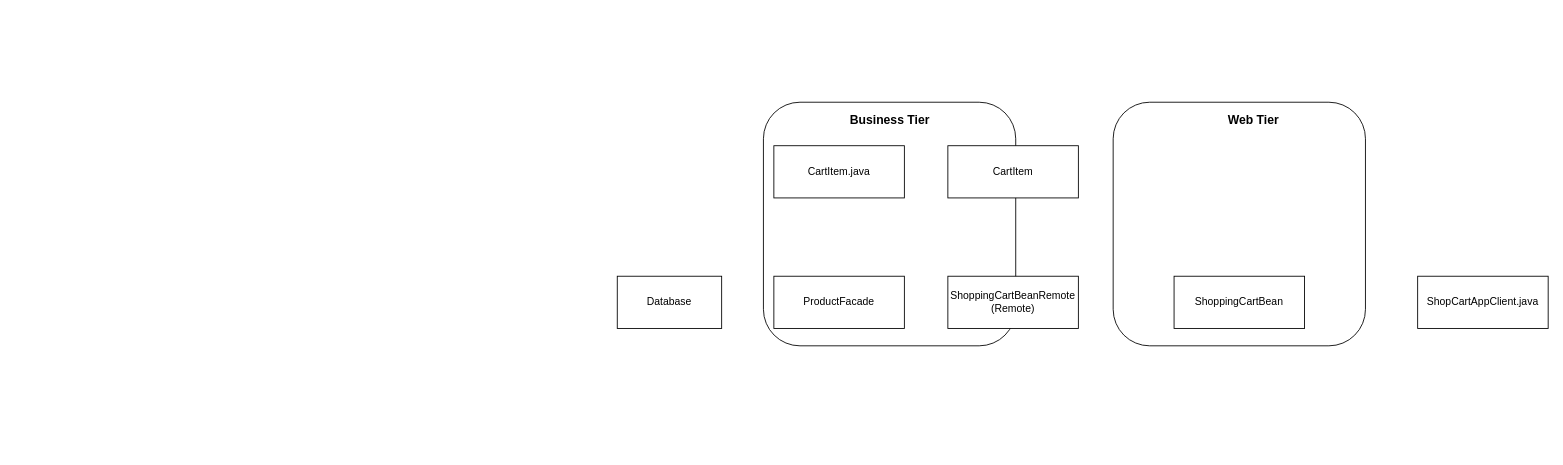
LastMinuteBanter/DistinctionTaskUML keeps this draw.io diagram as SnSLab6.drawio. Above is the earlier version. Source tidied: cells renumbered, new cells numbered last; positions are measured from the earlier drawing's top-left corner, leaving out a move shared by most shapes. Both pictures are drawn from the tidied source at 87%, with x=0, y=0 at pixel (617, 102).
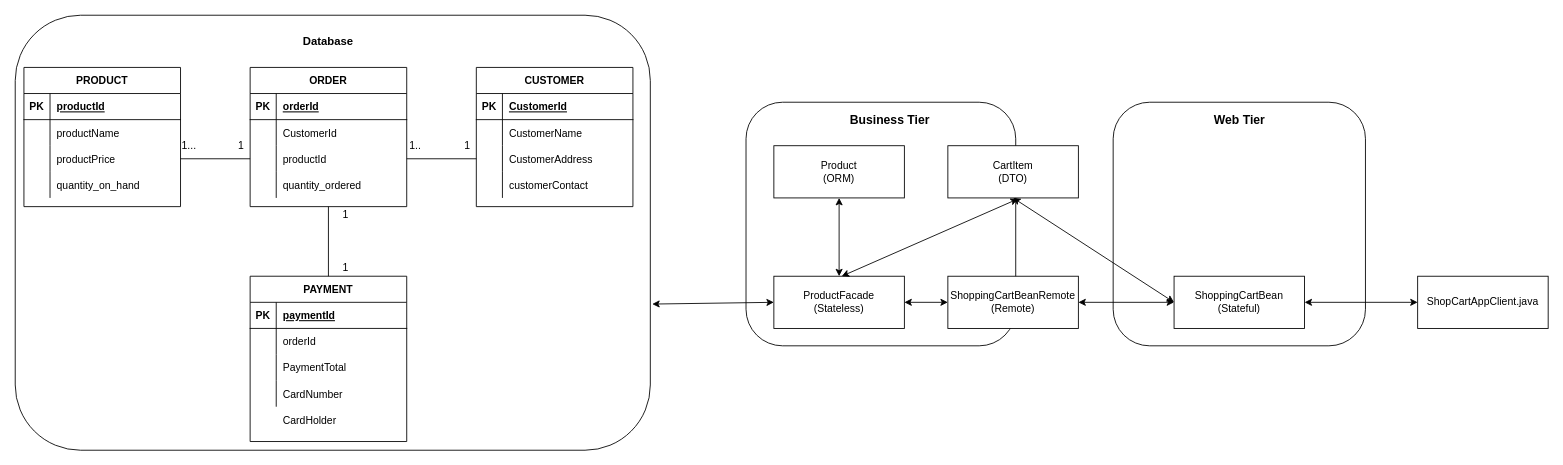
The same page after the edit.

The change refers to these unchanged cells:
```xml
<mxCell id="7" value="ShopCartAppClient.java" style="rounded=0;whiteSpace=wrap;html=1;" parent="1" vertex="1">
  <mxGeometry x="920" y="200" width="150" height="60" as="geometry" />
</mxCell>
<mxCell id="11" value="&lt;div&gt;ShoppingCartBeanRemote&lt;/div&gt;&lt;div&gt;(Remote)&lt;br&gt;&lt;/div&gt;" style="rounded=0;whiteSpace=wrap;html=1;" parent="1" vertex="1">
  <mxGeometry x="380" y="200" width="150" height="60" as="geometry" />
</mxCell>
```

Diff of the diagram source:
```diff
@@
     <mxCell id="2" style="rounded=1;whiteSpace=wrap;html=1;" parent="1" vertex="1">
-      <mxGeometry x="168" width="290" height="280" as="geometry" />
+      <mxGeometry x="148" width="310" height="280" as="geometry" />
     </mxCell>
@@
     <mxCell id="5" value="&lt;font style=&quot;font-size: 14px&quot;&gt;&lt;b&gt;Web Tier&lt;/b&gt;&lt;/font&gt;" style="text;html=1;strokeColor=none;fillColor=none;align=center;verticalAlign=middle;whiteSpace=wrap;rounded=0;" parent="1" vertex="1">
-      <mxGeometry x="680" y="10" width="102.5" height="20" as="geometry" />
+      <mxGeometry x="663.8" y="10" width="102.5" height="20" as="geometry" />
     </mxCell>
-    <mxCell id="6" value="Database" style="rounded=0;whiteSpace=wrap;html=1;" parent="1" vertex="1">
-      <mxGeometry y="200" width="120" height="60" as="geometry" />
-    </mxCell>
@@
-    <mxCell id="8" value="ShoppingCartBean" style="rounded=0;whiteSpace=wrap;html=1;" parent="1" vertex="1">
+    <mxCell id="8" value="&lt;div&gt;ShoppingCartBean&lt;/div&gt;&lt;div&gt;(Stateful)&lt;br&gt;&lt;/div&gt;" style="rounded=0;whiteSpace=wrap;html=1;" parent="1" vertex="1">
       <mxGeometry x="640" y="200" width="150" height="60" as="geometry" />
     </mxCell>
-    <mxCell id="9" value="CartItem" style="rounded=0;whiteSpace=wrap;html=1;" parent="1" vertex="1">
+    <mxCell id="9" value="&lt;div&gt;CartItem&lt;/div&gt;&lt;div&gt;(DTO)&lt;br&gt;&lt;/div&gt;" style="rounded=0;whiteSpace=wrap;html=1;" parent="1" vertex="1">
       <mxGeometry x="380" y="50" width="150" height="60" as="geometry" />
     </mxCell>
-    <mxCell id="10" value="ProductFacade" style="rounded=0;whiteSpace=wrap;html=1;" parent="1" vertex="1">
+    <mxCell id="10" value="&lt;div&gt;ProductFacade&lt;/div&gt;&lt;div&gt;(Stateless)&lt;br&gt;&lt;/div&gt;" style="rounded=0;whiteSpace=wrap;html=1;" parent="1" vertex="1">
       <mxGeometry x="180" y="200" width="150" height="60" as="geometry" />
     </mxCell>
@@
-    <mxCell id="12" value="CartItem.java" style="rounded=0;whiteSpace=wrap;html=1;" parent="1" vertex="1">
+    <mxCell id="12" value="&lt;div&gt;Product &lt;br&gt;&lt;/div&gt;&lt;div&gt;(ORM)&lt;br&gt;&lt;/div&gt;" style="rounded=0;whiteSpace=wrap;html=1;" parent="1" vertex="1">
       <mxGeometry x="180" y="50" width="150" height="60" as="geometry" />
     </mxCell>
+    <mxCell id="13" style="rounded=1;whiteSpace=wrap;html=1;" parent="1" vertex="1">
+      <mxGeometry x="-692" y="-100" width="730" height="500" as="geometry" />
+    </mxCell>
+    <mxCell id="14" style="shape=partialRectangle;fillColor=none;top=0;left=0;bottom=0;right=0;" parent="1" vertex="1">
+      <mxGeometry x="-422" y="350" width="180" height="30" as="geometry" />
+    </mxCell>
+    <mxCell id="15" style="shape=partialRectangle;fillColor=none;top=0;left=0;bottom=0;right=0;overflow=hidden;" parent="14" vertex="1">
+      <mxGeometry width="30" height="30" as="geometry" />
+    </mxCell>
+    <mxCell id="16" value="CardHolder" style="shape=partialRectangle;fillColor=none;top=0;left=0;bottom=0;right=0;align=left;spacingLeft=6;overflow=hidden;" parent="14" vertex="1">
+      <mxGeometry x="30" width="150" height="30" as="geometry" />
+    </mxCell>
+    <mxCell id="17" value="PAYMENT" style="shape=table;startSize=30;childLayout=tableLayout;rowLines=0;fontStyle=1;align=center;" parent="1" vertex="1">
+      <mxGeometry x="-422" y="200" width="180" height="190" as="geometry" />
+    </mxCell>
+    <mxCell id="18" style="shape=partialRectangle;fillColor=none;top=0;left=0;bottom=1;right=0;" parent="17" vertex="1">
+      <mxGeometry y="30" width="180" height="30" as="geometry" />
+    </mxCell>
+    <mxCell id="19" value="PK" style="shape=partialRectangle;fillColor=none;top=0;left=0;bottom=0;right=0;fontStyle=1;overflow=hidden;" parent="18" vertex="1">
+      <mxGeometry width="30" height="30" as="geometry" />
+    </mxCell>
+    <mxCell id="20" value="paymentId" style="shape=partialRectangle;fillColor=none;top=0;left=0;bottom=0;right=0;align=left;spacingLeft=6;fontStyle=5;overflow=hidden;" parent="18" vertex="1">
+      <mxGeometry x="30" width="150" height="30" as="geometry" />
+    </mxCell>
+    <mxCell id="21" style="shape=partialRectangle;fillColor=none;top=0;left=0;bottom=0;right=0;" parent="17" vertex="1">
+      <mxGeometry y="60" width="180" height="30" as="geometry" />
+    </mxCell>
+    <mxCell id="22" style="shape=partialRectangle;fillColor=none;top=0;left=0;bottom=0;right=0;overflow=hidden;" parent="21" vertex="1">
+      <mxGeometry width="30" height="30" as="geometry" />
+    </mxCell>
+    <mxCell id="23" value="orderId" style="shape=partialRectangle;fillColor=none;top=0;left=0;bottom=0;right=0;align=left;spacingLeft=6;overflow=hidden;" parent="21" vertex="1">
+      <mxGeometry x="30" width="150" height="30" as="geometry" />
+    </mxCell>
+    <mxCell id="24" style="shape=partialRectangle;fillColor=none;top=0;left=0;bottom=0;right=0;" parent="17" vertex="1">
+      <mxGeometry y="90" width="180" height="30" as="geometry" />
+    </mxCell>
+    <mxCell id="25" style="shape=partialRectangle;fillColor=none;top=0;left=0;bottom=0;right=0;overflow=hidden;" parent="24" vertex="1">
+      <mxGeometry width="30" height="30" as="geometry" />
+    </mxCell>
+    <mxCell id="26" value="PaymentTotal" style="shape=partialRectangle;fillColor=none;top=0;left=0;bottom=0;right=0;align=left;spacingLeft=6;overflow=hidden;" parent="24" vertex="1">
+      <mxGeometry x="30" width="150" height="30" as="geometry" />
+    </mxCell>
+    <mxCell id="27" style="shape=partialRectangle;fillColor=none;top=0;left=0;bottom=0;right=0;" parent="17" vertex="1">
+      <mxGeometry y="120" width="180" height="30" as="geometry" />
+    </mxCell>
+    <mxCell id="28" style="shape=partialRectangle;fillColor=none;top=0;left=0;bottom=0;right=0;overflow=hidden;" parent="27" vertex="1">
+      <mxGeometry width="30" height="30" as="geometry" />
+    </mxCell>
+    <mxCell id="29" value="CardNumber" style="shape=partialRectangle;fillColor=none;top=0;left=0;bottom=0;right=0;align=left;spacingLeft=6;overflow=hidden;" parent="27" vertex="1">
+      <mxGeometry x="30" width="150" height="30" as="geometry" />
+    </mxCell>
+    <mxCell id="30" value="ORDER" style="shape=table;startSize=30;childLayout=tableLayout;rowLines=0;fontStyle=1;align=center;" parent="1" vertex="1">
+      <mxGeometry x="-422" y="-40" width="180" height="160" as="geometry" />
+    </mxCell>
+    <mxCell id="31" style="shape=partialRectangle;fillColor=none;top=0;left=0;bottom=1;right=0;" parent="30" vertex="1">
+      <mxGeometry y="30" width="180" height="30" as="geometry" />
+    </mxCell>
+    <mxCell id="32" value="PK" style="shape=partialRectangle;fillColor=none;top=0;left=0;bottom=0;right=0;fontStyle=1;overflow=hidden;" parent="31" vertex="1">
+      <mxGeometry width="30" height="30" as="geometry" />
+    </mxCell>
+    <mxCell id="33" value="orderId" style="shape=partialRectangle;fillColor=none;top=0;left=0;bottom=0;right=0;align=left;spacingLeft=6;fontStyle=5;overflow=hidden;" parent="31" vertex="1">
+      <mxGeometry x="30" width="150" height="30" as="geometry" />
+    </mxCell>
+    <mxCell id="34" style="shape=partialRectangle;fillColor=none;top=0;left=0;bottom=0;right=0;" parent="30" vertex="1">
+      <mxGeometry y="60" width="180" height="30" as="geometry" />
+    </mxCell>
+    <mxCell id="35" style="shape=partialRectangle;fillColor=none;top=0;left=0;bottom=0;right=0;overflow=hidden;" parent="34" vertex="1">
+      <mxGeometry width="30" height="30" as="geometry" />
+    </mxCell>
+    <mxCell id="36" value="CustomerId" style="shape=partialRectangle;fillColor=none;top=0;left=0;bottom=0;right=0;align=left;spacingLeft=6;overflow=hidden;" parent="34" vertex="1">
+      <mxGeometry x="30" width="150" height="30" as="geometry" />
+    </mxCell>
+    <mxCell id="37" style="shape=partialRectangle;fillColor=none;top=0;left=0;bottom=0;right=0;points=[[0,0.5],[1,0.5]];portConstraint=eastwest;" parent="30" vertex="1">
+      <mxGeometry y="90" width="180" height="30" as="geometry" />
+    </mxCell>
+    <mxCell id="38" style="shape=partialRectangle;fillColor=none;top=0;left=0;bottom=0;right=0;overflow=hidden;" parent="37" vertex="1">
+      <mxGeometry width="30" height="30" as="geometry" />
+    </mxCell>
+    <mxCell id="39" value="productId" style="shape=partialRectangle;fillColor=none;top=0;left=0;bottom=0;right=0;align=left;spacingLeft=6;overflow=hidden;" parent="37" vertex="1">
+      <mxGeometry x="30" width="150" height="30" as="geometry" />
+    </mxCell>
+    <mxCell id="40" style="shape=partialRectangle;fillColor=none;top=0;left=0;bottom=0;right=0;" parent="30" vertex="1">
+      <mxGeometry y="120" width="180" height="30" as="geometry" />
+    </mxCell>
+    <mxCell id="41" style="shape=partialRectangle;fillColor=none;top=0;left=0;bottom=0;right=0;overflow=hidden;" parent="40" vertex="1">
+      <mxGeometry width="30" height="30" as="geometry" />
+    </mxCell>
+    <mxCell id="42" value="quantity_ordered" style="shape=partialRectangle;fillColor=none;top=0;left=0;bottom=0;right=0;align=left;spacingLeft=6;overflow=hidden;" parent="40" vertex="1">
+      <mxGeometry x="30" width="150" height="30" as="geometry" />
+    </mxCell>
+    <mxCell id="43" style="endArrow=none;html=1;entryX=0;entryY=0.5;entryDx=0;entryDy=0;exitX=1;exitY=0.5;exitDx=0;exitDy=0;" parent="1" edge="1" source="54" target="37">
+      <mxGeometry relative="1" as="geometry" />
+    </mxCell>
+    <mxCell id="44" style="endArrow=none;html=1;entryX=0.5;entryY=1;entryDx=0;entryDy=0;" parent="1" edge="1" target="30">
+      <mxGeometry relative="1" as="geometry">
+        <mxPoint x="-332" y="200" as="sourcePoint" />
+      </mxGeometry>
+    </mxCell>
+    <mxCell id="45" style="endArrow=none;html=1;entryX=0;entryY=0.5;entryDx=0;entryDy=0;exitX=1;exitY=0.5;exitDx=0;exitDy=0;" parent="1" edge="1" source="37" target="70">
+      <mxGeometry relative="1" as="geometry" />
+    </mxCell>
+    <mxCell id="46" value="1..." style="text;html=1;strokeColor=none;fillColor=none;align=center;verticalAlign=middle;whiteSpace=wrap;rounded=0;" parent="1" vertex="1">
+      <mxGeometry x="-512" y="40" width="40" height="20" as="geometry" />
+    </mxCell>
+    <mxCell id="47" value="PRODUCT" style="shape=table;startSize=30;childLayout=tableLayout;rowLines=0;fontStyle=1;align=center;" parent="1" vertex="1">
+      <mxGeometry x="-682" y="-40" width="180" height="160" as="geometry" />
+    </mxCell>
+    <mxCell id="48" style="shape=partialRectangle;fillColor=none;top=0;left=0;bottom=1;right=0;" parent="47" vertex="1">
+      <mxGeometry y="30" width="180" height="30" as="geometry" />
+    </mxCell>
+    <mxCell id="49" value="PK" style="shape=partialRectangle;fillColor=none;top=0;left=0;bottom=0;right=0;fontStyle=1;overflow=hidden;" parent="48" vertex="1">
+      <mxGeometry width="30" height="30" as="geometry" />
+    </mxCell>
+    <mxCell id="50" value="productId" style="shape=partialRectangle;fillColor=none;top=0;left=0;bottom=0;right=0;align=left;spacingLeft=6;fontStyle=5;overflow=hidden;" parent="48" vertex="1">
+      <mxGeometry x="30" width="150" height="30" as="geometry" />
+    </mxCell>
+    <mxCell id="51" style="shape=partialRectangle;fillColor=none;top=0;left=0;bottom=0;right=0;" parent="47" vertex="1">
+      <mxGeometry y="60" width="180" height="30" as="geometry" />
+    </mxCell>
+    <mxCell id="52" style="shape=partialRectangle;fillColor=none;top=0;left=0;bottom=0;right=0;overflow=hidden;" parent="51" vertex="1">
+      <mxGeometry width="30" height="30" as="geometry" />
+    </mxCell>
+    <mxCell id="53" value="productName" style="shape=partialRectangle;fillColor=none;top=0;left=0;bottom=0;right=0;align=left;spacingLeft=6;overflow=hidden;" parent="51" vertex="1">
+      <mxGeometry x="30" width="150" height="30" as="geometry" />
+    </mxCell>
+    <mxCell id="54" style="shape=partialRectangle;fillColor=none;top=0;left=0;bottom=0;right=0;points=[[0,0.5],[1,0.5]];portConstraint=eastwest;" parent="47" vertex="1">
+      <mxGeometry y="90" width="180" height="30" as="geometry" />
+    </mxCell>
+    <mxCell id="55" style="shape=partialRectangle;fillColor=none;top=0;left=0;bottom=0;right=0;overflow=hidden;" parent="54" vertex="1">
+      <mxGeometry width="30" height="30" as="geometry" />
+    </mxCell>
+    <mxCell id="56" value="productPrice" style="shape=partialRectangle;fillColor=none;top=0;left=0;bottom=0;right=0;align=left;spacingLeft=6;overflow=hidden;" parent="54" vertex="1">
+      <mxGeometry x="30" width="150" height="30" as="geometry" />
+    </mxCell>
+    <mxCell id="57" style="shape=partialRectangle;fillColor=none;top=0;left=0;bottom=0;right=0;" parent="47" vertex="1">
+      <mxGeometry y="120" width="180" height="30" as="geometry" />
+    </mxCell>
+    <mxCell id="58" style="shape=partialRectangle;fillColor=none;top=0;left=0;bottom=0;right=0;overflow=hidden;" parent="57" vertex="1">
+      <mxGeometry width="30" height="30" as="geometry" />
+    </mxCell>
+    <mxCell id="59" value="quantity_on_hand" style="shape=partialRectangle;fillColor=none;top=0;left=0;bottom=0;right=0;align=left;spacingLeft=6;overflow=hidden;" parent="57" vertex="1">
+      <mxGeometry x="30" width="150" height="30" as="geometry" />
+    </mxCell>
+    <mxCell id="60" value="1" style="text;html=1;strokeColor=none;fillColor=none;align=center;verticalAlign=middle;whiteSpace=wrap;rounded=0;" parent="1" vertex="1">
+      <mxGeometry x="-332" y="120" width="40" height="20" as="geometry" />
+    </mxCell>
+    <mxCell id="61" value="1" style="text;html=1;strokeColor=none;fillColor=none;align=center;verticalAlign=middle;whiteSpace=wrap;rounded=0;" parent="1" vertex="1">
+      <mxGeometry x="-332" y="180" width="40" height="20" as="geometry" />
+    </mxCell>
+    <mxCell id="62" value="1.." style="text;html=1;strokeColor=none;fillColor=none;align=center;verticalAlign=middle;whiteSpace=wrap;rounded=0;" parent="1" vertex="1">
+      <mxGeometry x="-252" y="40" width="40" height="20" as="geometry" />
+    </mxCell>
+    <mxCell id="63" value="CUSTOMER" style="shape=table;startSize=30;childLayout=tableLayout;rowLines=0;fontStyle=1;align=center;" parent="1" vertex="1">
+      <mxGeometry x="-162" y="-40" width="180" height="160" as="geometry" />
+    </mxCell>
+    <mxCell id="64" style="shape=partialRectangle;fillColor=none;top=0;left=0;bottom=1;right=0;" parent="63" vertex="1">
+      <mxGeometry y="30" width="180" height="30" as="geometry" />
+    </mxCell>
+    <mxCell id="65" value="PK" style="shape=partialRectangle;fillColor=none;top=0;left=0;bottom=0;right=0;fontStyle=1;overflow=hidden;" parent="64" vertex="1">
+      <mxGeometry width="30" height="30" as="geometry" />
+    </mxCell>
+    <mxCell id="66" value="CustomerId" style="shape=partialRectangle;fillColor=none;top=0;left=0;bottom=0;right=0;align=left;spacingLeft=6;fontStyle=5;overflow=hidden;" parent="64" vertex="1">
+      <mxGeometry x="30" width="150" height="30" as="geometry" />
+    </mxCell>
+    <mxCell id="67" style="shape=partialRectangle;fillColor=none;top=0;left=0;bottom=0;right=0;" parent="63" vertex="1">
+      <mxGeometry y="60" width="180" height="30" as="geometry" />
+    </mxCell>
+    <mxCell id="68" style="shape=partialRectangle;fillColor=none;top=0;left=0;bottom=0;right=0;overflow=hidden;" parent="67" vertex="1">
+      <mxGeometry width="30" height="30" as="geometry" />
+    </mxCell>
+    <mxCell id="69" value="CustomerName" style="shape=partialRectangle;fillColor=none;top=0;left=0;bottom=0;right=0;align=left;spacingLeft=6;overflow=hidden;" parent="67" vertex="1">
+      <mxGeometry x="30" width="150" height="30" as="geometry" />
+    </mxCell>
+    <mxCell id="70" style="shape=partialRectangle;fillColor=none;top=0;left=0;bottom=0;right=0;points=[[0,0.5],[1,0.5]];portConstraint=eastwest;" parent="63" vertex="1">
+      <mxGeometry y="90" width="180" height="30" as="geometry" />
+    </mxCell>
+    <mxCell id="71" style="shape=partialRectangle;fillColor=none;top=0;left=0;bottom=0;right=0;overflow=hidden;" parent="70" vertex="1">
+      <mxGeometry width="30" height="30" as="geometry" />
+    </mxCell>
+    <mxCell id="72" value="CustomerAddress" style="shape=partialRectangle;fillColor=none;top=0;left=0;bottom=0;right=0;align=left;spacingLeft=6;overflow=hidden;" parent="70" vertex="1">
+      <mxGeometry x="30" width="150" height="30" as="geometry" />
+    </mxCell>
+    <mxCell id="73" style="shape=partialRectangle;fillColor=none;top=0;left=0;bottom=0;right=0;" parent="63" vertex="1">
+      <mxGeometry y="120" width="180" height="30" as="geometry" />
+    </mxCell>
+    <mxCell id="74" style="shape=partialRectangle;fillColor=none;top=0;left=0;bottom=0;right=0;overflow=hidden;" parent="73" vertex="1">
+      <mxGeometry width="30" height="30" as="geometry" />
+    </mxCell>
+    <mxCell id="75" value="customerContact" style="shape=partialRectangle;fillColor=none;top=0;left=0;bottom=0;right=0;align=left;spacingLeft=6;overflow=hidden;" parent="73" vertex="1">
+      <mxGeometry x="30" width="150" height="30" as="geometry" />
+    </mxCell>
+    <mxCell id="76" value="1" style="text;html=1;strokeColor=none;fillColor=none;align=center;verticalAlign=middle;whiteSpace=wrap;rounded=0;" parent="1" vertex="1">
+      <mxGeometry x="-192" y="40" width="40" height="20" as="geometry" />
+    </mxCell>
+    <mxCell id="77" value="1" style="text;html=1;strokeColor=none;fillColor=none;align=center;verticalAlign=middle;whiteSpace=wrap;rounded=0;" parent="1" vertex="1">
+      <mxGeometry x="-452" y="40" width="40" height="20" as="geometry" />
+    </mxCell>
+    <mxCell id="6" value="&lt;b&gt;&lt;font style=&quot;font-size: 13px&quot;&gt;Database&lt;/font&gt;&lt;/b&gt;" style="text;html=1;strokeColor=none;fillColor=none;align=center;verticalAlign=middle;whiteSpace=wrap;rounded=0;" parent="1" vertex="1">
+      <mxGeometry x="-352" y="-80" width="40" height="20" as="geometry" />
+    </mxCell>
+    <mxCell id="78" style="endArrow=classic;startArrow=classic;html=1;entryX=0;entryY=0.5;entryDx=0;entryDy=0;exitX=1.003;exitY=0.664;exitDx=0;exitDy=0;exitPerimeter=0;" parent="1" edge="1" source="13" target="10">
+      <mxGeometry relative="1" as="geometry" />
+    </mxCell>
+    <mxCell id="79" style="endArrow=classic;startArrow=classic;html=1;entryX=0.5;entryY=1;entryDx=0;entryDy=0;exitX=0.5;exitY=0;exitDx=0;exitDy=0;" parent="1" edge="1" source="10" target="12">
+      <mxGeometry relative="1" as="geometry" />
+    </mxCell>
+    <mxCell id="80" style="endArrow=classic;startArrow=classic;html=1;entryX=1.008;entryY=0.397;entryDx=0;entryDy=0;entryPerimeter=0;" parent="1" edge="1" target="2">
+      <mxGeometry relative="1" as="geometry">
+        <mxPoint x="258" y="200" as="sourcePoint" />
+      </mxGeometry>
+    </mxCell>
+    <mxCell id="81" style="endArrow=classic;startArrow=classic;html=1;entryX=0;entryY=0.5;entryDx=0;entryDy=0;exitX=1;exitY=0.5;exitDx=0;exitDy=0;" parent="1" edge="1" source="10" target="11">
+      <mxGeometry relative="1" as="geometry" />
+    </mxCell>
+    <mxCell id="82" style="endArrow=classic;startArrow=classic;html=1;entryX=0;entryY=0.5;entryDx=0;entryDy=0;exitX=0.5;exitY=1;exitDx=0;exitDy=0;" parent="1" edge="1" source="9" target="8">
+      <mxGeometry relative="1" as="geometry" />
+    </mxCell>
+    <mxCell id="83" style="endArrow=classic;startArrow=classic;html=1;entryX=0;entryY=0.5;entryDx=0;entryDy=0;exitX=1;exitY=0.5;exitDx=0;exitDy=0;" parent="1" edge="1" source="11" target="8">
+      <mxGeometry relative="1" as="geometry" />
+    </mxCell>
+    <mxCell id="84" style="endArrow=classic;startArrow=classic;html=1;entryX=0;entryY=0.5;entryDx=0;entryDy=0;exitX=1;exitY=0.5;exitDx=0;exitDy=0;" parent="1" edge="1" source="8" target="7">
+      <mxGeometry relative="1" as="geometry" />
+    </mxCell>
```
